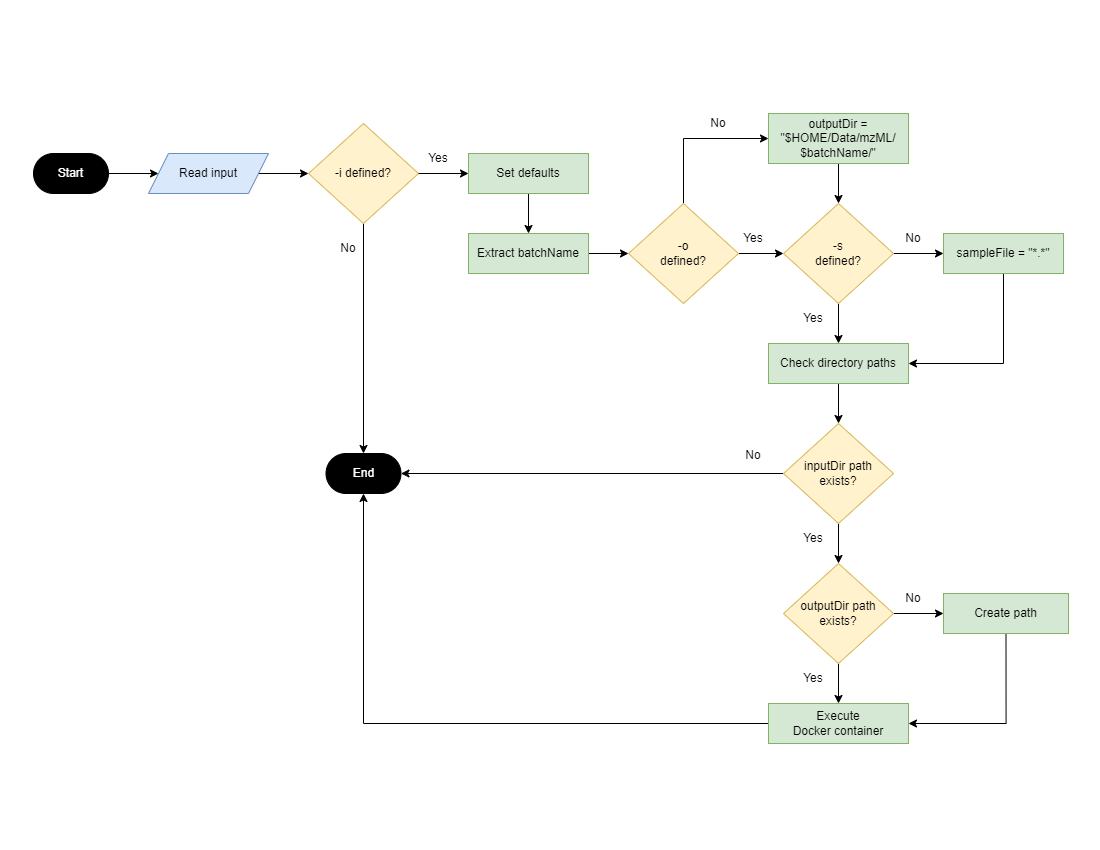
Earlier version of the draw.io export img/pwizConvert-flowchart.png (vimalnathnambiar/pwizConvert). Source tidied: cells renumbered, new cells last; positions are measured from the earlier drawing's top-left corner, leaving out a move shared by most shapes.
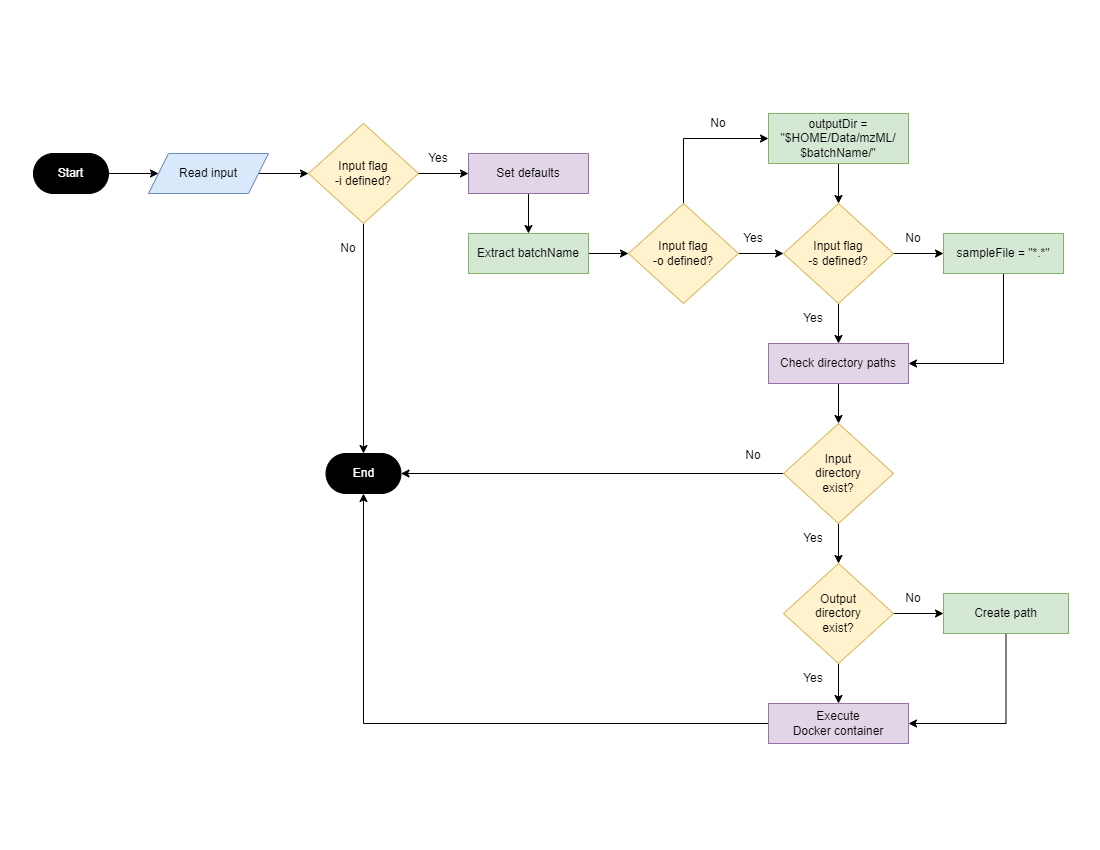
After the commit.

Diff of the diagram source:
```diff
@@ -17,7 +17,7 @@
     <mxCell id="6" style="edgeStyle=orthogonalEdgeStyle;rounded=0;jettySize=auto;html=1;exitX=0.5;exitY=1;exitDx=0;exitDy=0;entryX=0.5;entryY=0;entryDx=0;entryDy=0;" parent="1" edge="1" source="7" target="8">
       <mxGeometry relative="1" as="geometry" />
     </mxCell>
-    <mxCell id="7" value="-i defined?" style="rhombus;whiteSpace=wrap;html=1;fillColor=#fff2cc;strokeColor=#d6b656;" parent="1" vertex="1">
+    <mxCell id="7" value="Input flag&lt;br&gt;-i defined?" style="rhombus;whiteSpace=wrap;html=1;fillColor=#fff2cc;strokeColor=#d6b656;" parent="1" vertex="1">
       <mxGeometry x="275" y="15" width="110" height="100" as="geometry" />
     </mxCell>
     <mxCell id="8" value="End" style="rounded=1;whiteSpace=wrap;html=1;arcSize=50;fontColor=#FFFFFF;fillColor=#000000;" parent="1" vertex="1">
@@ -35,7 +35,7 @@
     <mxCell id="12" style="edgeStyle=orthogonalEdgeStyle;rounded=0;jettySize=auto;html=1;exitX=0.5;exitY=1;exitDx=0;exitDy=0;entryX=0.5;entryY=0;entryDx=0;entryDy=0;" parent="1" edge="1" source="13" target="23">
       <mxGeometry relative="1" as="geometry" />
     </mxCell>
-    <mxCell id="13" value="Set defaults" style="rounded=0;whiteSpace=wrap;html=1;fillColor=#d5e8d4;strokeColor=#82b366;" parent="1" vertex="1">
+    <mxCell id="13" value="Set defaults" style="rounded=0;whiteSpace=wrap;html=1;fillColor=#e1d5e7;strokeColor=#9673a6;" parent="1" vertex="1">
       <mxGeometry x="435" y="45" width="120" height="40" as="geometry" />
     </mxCell>
     <mxCell id="14" style="edgeStyle=orthogonalEdgeStyle;rounded=0;jettySize=auto;html=1;exitX=0.5;exitY=0;exitDx=0;exitDy=0;entryX=0;entryY=0.5;entryDx=0;entryDy=0;" parent="1" edge="1" source="16" target="18">
@@ -44,7 +44,7 @@
     <mxCell id="15" style="edgeStyle=orthogonalEdgeStyle;rounded=0;jettySize=auto;html=1;exitX=1;exitY=0.5;exitDx=0;exitDy=0;entryX=0;entryY=0.5;entryDx=0;entryDy=0;" parent="1" edge="1" source="16" target="41">
       <mxGeometry relative="1" as="geometry" />
     </mxCell>
-    <mxCell id="16" value="-o&lt;br&gt;defined?" style="rhombus;whiteSpace=wrap;html=1;fillColor=#fff2cc;strokeColor=#d6b656;" parent="1" vertex="1">
+    <mxCell id="16" value="Input flag&lt;br&gt;-o defined?" style="rhombus;whiteSpace=wrap;html=1;fillColor=#fff2cc;strokeColor=#d6b656;" parent="1" vertex="1">
       <mxGeometry x="595" y="95" width="110" height="100" as="geometry" />
     </mxCell>
     <mxCell id="17" style="edgeStyle=orthogonalEdgeStyle;rounded=0;jettySize=auto;html=1;exitX=0.5;exitY=1;exitDx=0;exitDy=0;entryX=0.5;entryY=0;entryDx=0;entryDy=0;" parent="1" edge="1" source="18" target="41">
@@ -56,7 +56,7 @@
     <mxCell id="19" style="edgeStyle=orthogonalEdgeStyle;rounded=0;jettySize=auto;html=1;exitX=0.5;exitY=1;exitDx=0;exitDy=0;entryX=0.5;entryY=0;entryDx=0;entryDy=0;" parent="1" edge="1" source="20" target="28">
       <mxGeometry relative="1" as="geometry" />
     </mxCell>
-    <mxCell id="20" value="Check directory paths" style="rounded=0;whiteSpace=wrap;html=1;fillColor=#d5e8d4;strokeColor=#82b366;" parent="1" vertex="1">
+    <mxCell id="20" value="Check directory paths" style="rounded=0;whiteSpace=wrap;html=1;fillColor=#e1d5e7;strokeColor=#9673a6;" parent="1" vertex="1">
       <mxGeometry x="735" y="235" width="140" height="40" as="geometry" />
     </mxCell>
     <mxCell id="21" value="No" style="text;html=1;strokeColor=none;fillColor=none;align=center;verticalAlign=middle;whiteSpace=wrap;rounded=0;" parent="1" vertex="1">
@@ -80,7 +80,7 @@
     <mxCell id="27" style="edgeStyle=orthogonalEdgeStyle;rounded=0;jettySize=auto;html=1;exitX=0;exitY=0.5;exitDx=0;exitDy=0;entryX=1;entryY=0.5;entryDx=0;entryDy=0;" parent="1" edge="1" source="28" target="8">
       <mxGeometry relative="1" as="geometry" />
     </mxCell>
-    <mxCell id="28" value="inputDir path exists?" style="rhombus;whiteSpace=wrap;html=1;fillColor=#fff2cc;strokeColor=#d6b656;" parent="1" vertex="1">
+    <mxCell id="28" value="Input &lt;br&gt;directory&lt;br&gt;exist?" style="rhombus;whiteSpace=wrap;html=1;fillColor=#fff2cc;strokeColor=#d6b656;" parent="1" vertex="1">
       <mxGeometry x="750" y="315" width="110" height="100" as="geometry" />
     </mxCell>
     <mxCell id="29" style="edgeStyle=orthogonalEdgeStyle;rounded=0;jettySize=auto;html=1;exitX=1;exitY=0.5;exitDx=0;exitDy=0;entryX=0;entryY=0.5;entryDx=0;entryDy=0;" parent="1" edge="1" source="31" target="33">
@@ -89,7 +89,7 @@
     <mxCell id="30" style="edgeStyle=orthogonalEdgeStyle;rounded=0;jettySize=auto;html=1;exitX=0.5;exitY=1;exitDx=0;exitDy=0;" parent="1" edge="1" source="31" target="37">
       <mxGeometry relative="1" as="geometry" />
     </mxCell>
-    <mxCell id="31" value="outputDir path exists?" style="rhombus;whiteSpace=wrap;html=1;fillColor=#fff2cc;strokeColor=#d6b656;" parent="1" vertex="1">
+    <mxCell id="31" value="Output &lt;br&gt;directory&lt;br&gt;exist?" style="rhombus;whiteSpace=wrap;html=1;fillColor=#fff2cc;strokeColor=#d6b656;" parent="1" vertex="1">
       <mxGeometry x="750" y="455" width="110" height="100" as="geometry" />
     </mxCell>
     <mxCell id="32" style="edgeStyle=orthogonalEdgeStyle;rounded=0;jettySize=auto;html=1;exitX=0.5;exitY=1;exitDx=0;exitDy=0;entryX=1;entryY=0.5;entryDx=0;entryDy=0;" parent="1" edge="1" source="33" target="37">
@@ -107,7 +107,7 @@
     <mxCell id="36" style="edgeStyle=orthogonalEdgeStyle;rounded=0;jettySize=auto;html=1;exitX=0;exitY=0.5;exitDx=0;exitDy=0;entryX=0.5;entryY=1;entryDx=0;entryDy=0;" parent="1" edge="1" source="37" target="8">
       <mxGeometry relative="1" as="geometry" />
     </mxCell>
-    <mxCell id="37" value="Execute &lt;br&gt;Docker container" style="rounded=0;whiteSpace=wrap;html=1;fillColor=#d5e8d4;strokeColor=#82b366;" parent="1" vertex="1">
+    <mxCell id="37" value="Execute &lt;br&gt;Docker container" style="rounded=0;whiteSpace=wrap;html=1;fillColor=#e1d5e7;strokeColor=#9673a6;" parent="1" vertex="1">
       <mxGeometry x="735" y="595" width="140" height="40" as="geometry" />
     </mxCell>
     <mxCell id="38" value="Yes" style="text;html=1;strokeColor=none;fillColor=none;align=center;verticalAlign=middle;whiteSpace=wrap;rounded=0;rotation=0;" parent="1" vertex="1">
@@ -119,7 +119,7 @@
     <mxCell id="40" style="edgeStyle=orthogonalEdgeStyle;rounded=0;jettySize=auto;html=1;exitX=0.5;exitY=1;exitDx=0;exitDy=0;entryX=0.5;entryY=0;entryDx=0;entryDy=0;" parent="1" edge="1" source="41" target="20">
       <mxGeometry relative="1" as="geometry" />
     </mxCell>
-    <mxCell id="41" value="-s&lt;br&gt;defined?" style="rhombus;whiteSpace=wrap;html=1;fillColor=#fff2cc;strokeColor=#d6b656;" parent="1" vertex="1">
+    <mxCell id="41" value="Input flag&lt;br&gt;-s defined?" style="rhombus;whiteSpace=wrap;html=1;fillColor=#fff2cc;strokeColor=#d6b656;" parent="1" vertex="1">
       <mxGeometry x="750" y="95" width="110" height="100" as="geometry" />
     </mxCell>
     <mxCell id="42" value="Yes" style="text;html=1;strokeColor=none;fillColor=none;align=center;verticalAlign=middle;whiteSpace=wrap;rounded=0;" parent="1" vertex="1">
```
